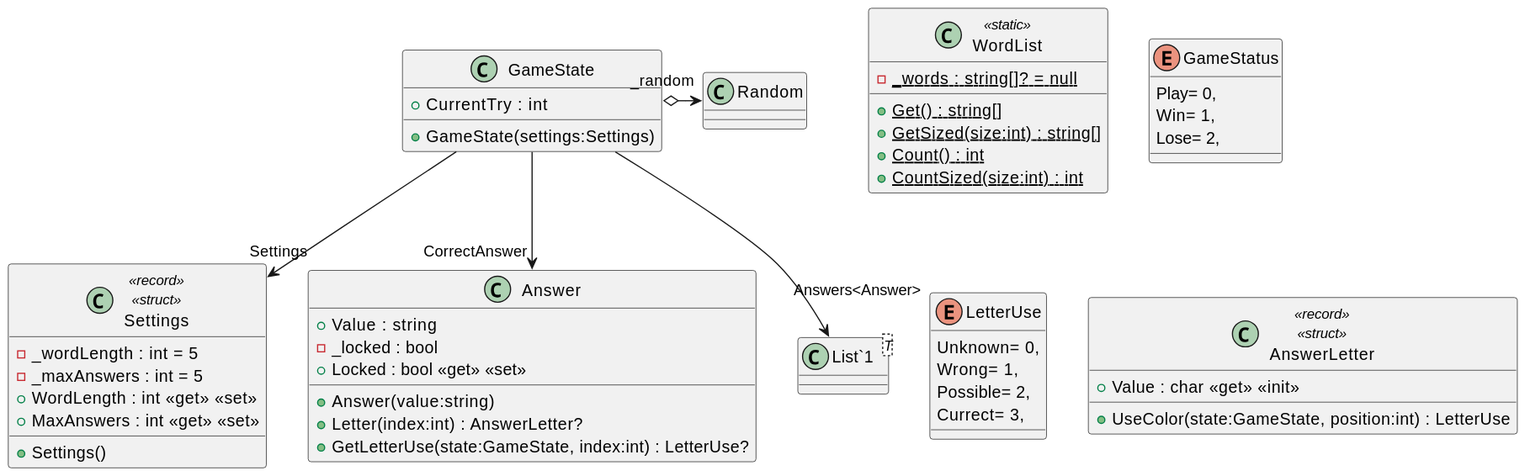
Above: PlantUML/Model/include.svg in Caellian/UNIRI_OP_project (PlantUML), before the change. Its diagram source:
```plantuml
@startuml
!include ./Settings.puml
!include ./WordList.puml
!include ./Answer.puml
!include ./GameState.puml
!include ./GameStatus.puml
!include ./LetterUse.puml
!include ./AnswerLetter.puml
@enduml
```
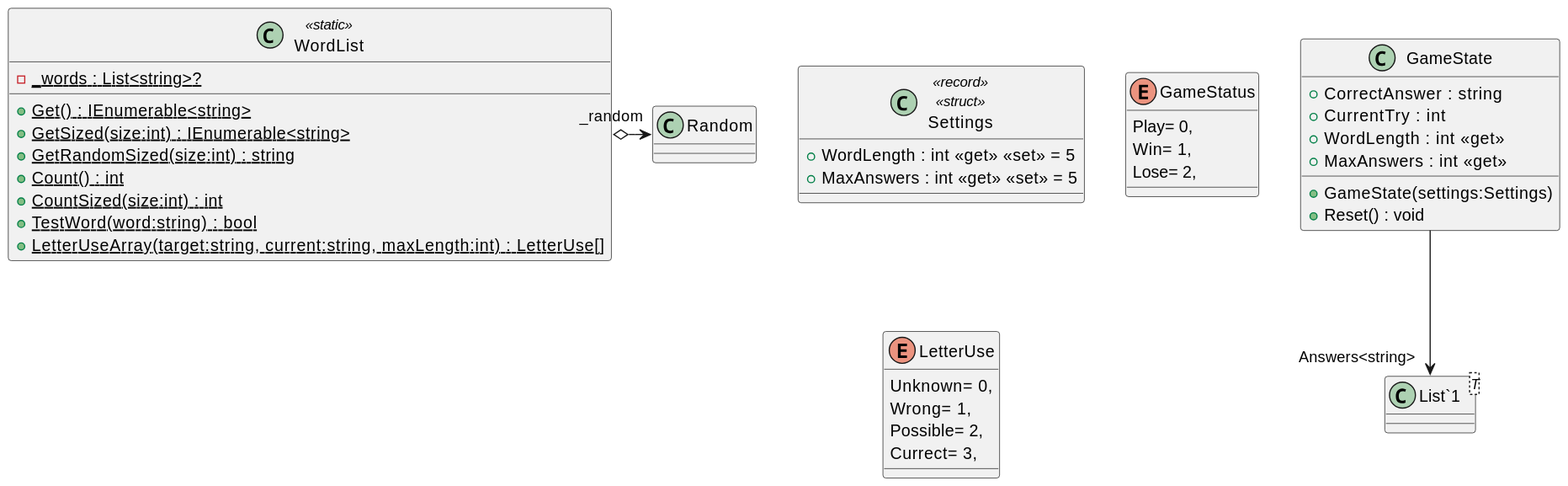
After the commit.

The edit, as a diff of the source:
```diff
@@ -1,9 +1,7 @@
 @startuml
 !include ./Settings.puml
 !include ./WordList.puml
-!include ./Answer.puml
 !include ./GameState.puml
 !include ./GameStatus.puml
 !include ./LetterUse.puml
-!include ./AnswerLetter.puml
 @enduml
```
